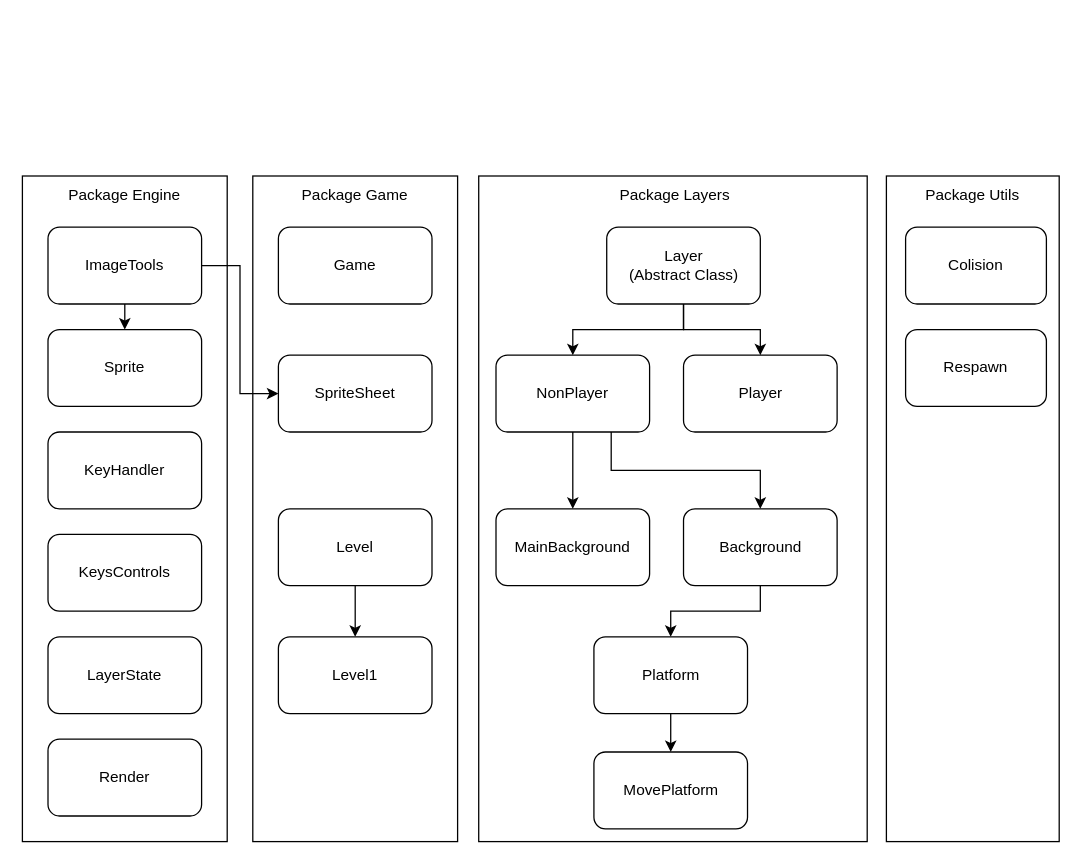
Above: diagram.drawio in josephpatrick1/java-game (draw.io), before the change. Source tidied: cells renumbered, new cells numbered last; positions are measured from the earlier drawing's top-left corner, leaving out a move shared by most shapes. Both pictures are drawn from the tidied source at 128%, with x=0, y=0 at pixel (22, 175).
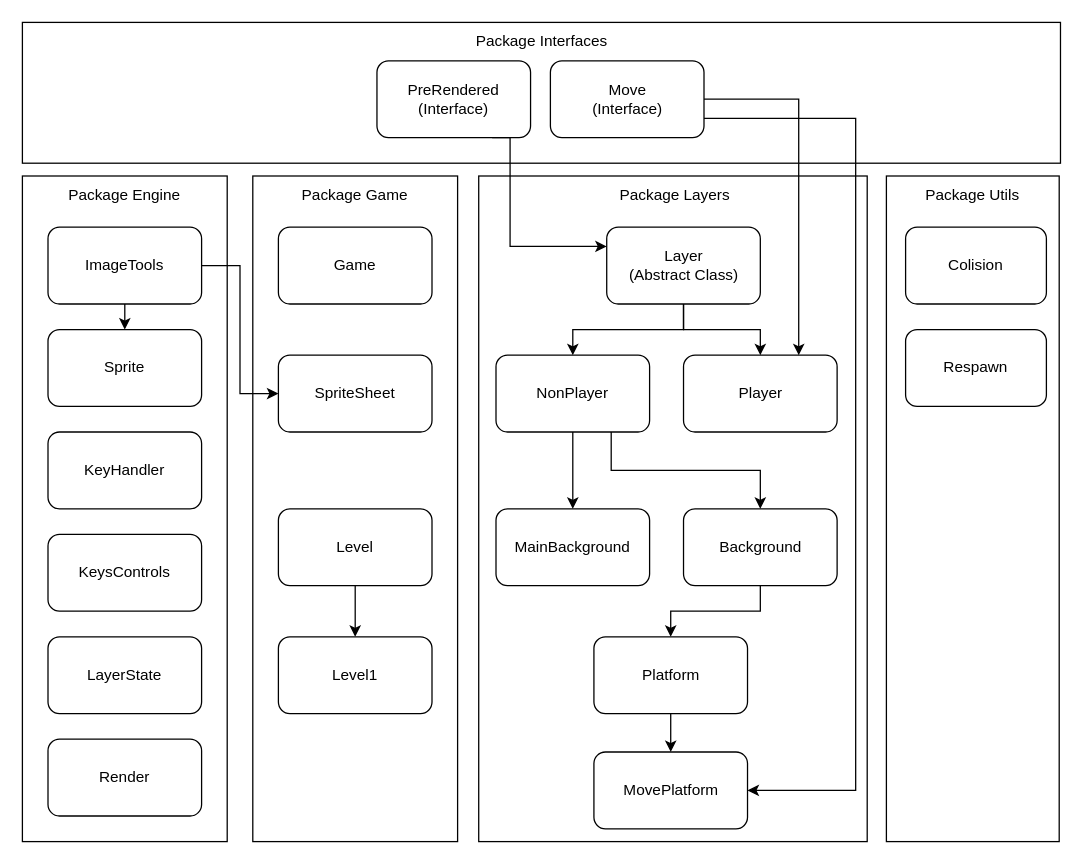
Above is the later version.

Commit message (it also covers changes not shown here):
Using interface example

Unchanged cells that the change refers to:
```xml
<mxCell id="23" value="Layer&lt;br&gt;(Abstract Class)" style="rounded=1;whiteSpace=wrap;html=1;" parent="1" vertex="1">
  <mxGeometry x="456.5" y="40" width="120" height="60" as="geometry" />
</mxCell>
<mxCell id="26" value="MovePlatform" style="rounded=1;whiteSpace=wrap;html=1;" parent="1" vertex="1">
  <mxGeometry x="446.5" y="450" width="120" height="60" as="geometry" />
</mxCell>
<mxCell id="32" value="Player" style="rounded=1;whiteSpace=wrap;html=1;" parent="1" vertex="1">
  <mxGeometry x="516.5" y="140" width="120" height="60" as="geometry" />
</mxCell>
```

What changed in the source:
```diff
@@
+    <mxCell id="38" style="rounded=0;whiteSpace=wrap;html=1;" parent="1" vertex="1">
+      <mxGeometry y="-120" width="811" height="110" as="geometry" />
+    </mxCell>
+    <mxCell id="39" value="Package Interfaces" style="text;html=1;strokeColor=none;fillColor=none;align=center;verticalAlign=middle;whiteSpace=wrap;rounded=0;" parent="1" vertex="1">
+      <mxGeometry x="1" y="-120" width="810" height="30" as="geometry" />
+    </mxCell>
+    <mxCell id="40" style="edgeStyle=orthogonalEdgeStyle;rounded=0;jettySize=auto;html=1;exitX=1;exitY=0.5;exitDx=0;exitDy=0;entryX=0.75;entryY=0;entryDx=0;entryDy=0;" parent="1" edge="1" source="42" target="32">
+      <mxGeometry relative="1" as="geometry" />
+    </mxCell>
+    <mxCell id="41" style="edgeStyle=orthogonalEdgeStyle;rounded=0;jettySize=auto;html=1;exitX=1;exitY=0.75;exitDx=0;exitDy=0;entryX=1;entryY=0.5;entryDx=0;entryDy=0;" parent="1" edge="1" source="42" target="26">
+      <mxGeometry relative="1" as="geometry">
+        <Array as="points">
+          <mxPoint x="651" y="-45" />
+          <mxPoint x="651" y="480" />
+        </Array>
+      </mxGeometry>
+    </mxCell>
+    <mxCell id="42" value="Move&lt;br&gt;(Interface)" style="rounded=1;whiteSpace=wrap;html=1;" parent="1" vertex="1">
+      <mxGeometry x="412.5" y="-90" width="120" height="60" as="geometry" />
+    </mxCell>
+    <mxCell id="43" style="edgeStyle=orthogonalEdgeStyle;rounded=0;jettySize=auto;html=1;exitX=0.75;exitY=1;exitDx=0;exitDy=0;entryX=0;entryY=0.25;entryDx=0;entryDy=0;" parent="1" edge="1" source="44" target="23">
+      <mxGeometry relative="1" as="geometry">
+        <Array as="points">
+          <mxPoint x="381" y="-30" />
+          <mxPoint x="381" y="55" />
+        </Array>
+      </mxGeometry>
+    </mxCell>
+    <mxCell id="44" value="PreRendered&lt;br&gt;(Interface)" style="rounded=1;whiteSpace=wrap;html=1;" parent="1" vertex="1">
+      <mxGeometry x="277" y="-90" width="120" height="60" as="geometry" />
+    </mxCell>
```
